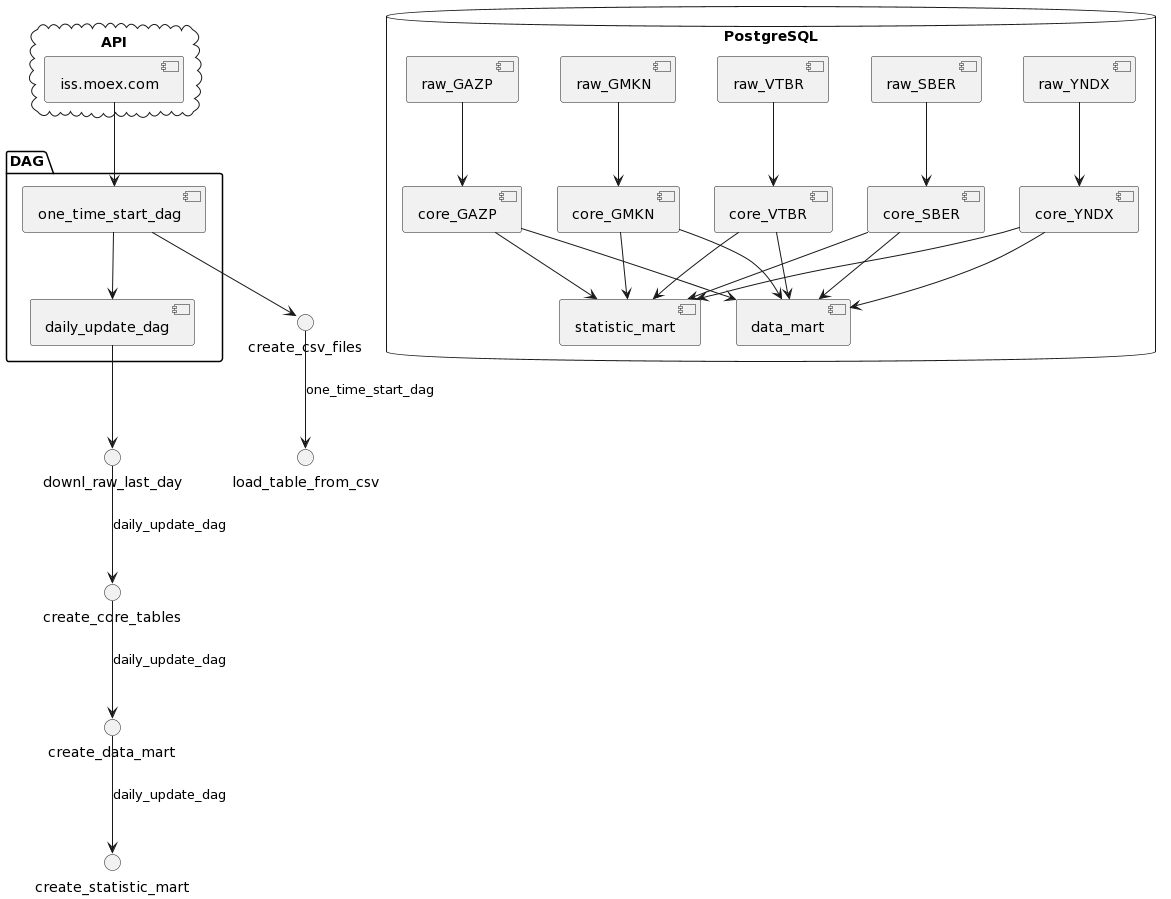
Earlier version of the PlantUML export Final_project/src/Pictures/plant_UML_big2.png (TashaGit/1T_Data_Engineer). Its diagram source:
```plantuml
@startuml
!define security <security>

package "DAG" {
    [one_time_start_dag]
    [daily_update_dag]
}

database "PostgreSQL" {
    [raw_GAZP]
    [raw_SBER]
    [raw_GMKN]
    [raw_VTBR]
    [raw_YNDX]
    [core_GAZP]
    [core_SBER]
    [core_GMKN]
    [core_VTBR]
    [core_YNDX]
    [data_mart]
    [statistic_mart]
}

cloud "API" {
    [iss.moex.com]
}

[one_time_start_dag] --> [daily_update_dag]
[raw_GAZP] --> [core_GAZP]
[raw_SBER] --> [core_SBER]
[raw_GMKN] --> [core_GMKN]
[raw_VTBR] --> [core_VTBR]
[raw_YNDX] --> [core_YNDX]
[core_GAZP] --> [data_mart]
[core_SBER] --> [data_mart]
[core_GMKN] --> [data_mart]
[core_VTBR] --> [data_mart]
[core_YNDX] --> [data_mart]
[core_GAZP] --> [statistic_mart]
[core_SBER] --> [statistic_mart]
[core_GMKN] --> [statistic_mart]
[core_VTBR] --> [statistic_mart]
[core_YNDX] --> [statistic_mart]
[iss.moex.com] --> [one_time_start_dag]

[one_time_start_dag] --> create_csv_files
create_csv_files --> load_table_from_csv : one_time_start_dag
[daily_update_dag] --> downl_raw_last_day
downl_raw_last_day --> create_core_tables : daily_update_dag
create_core_tables --> create_data_mart : daily_update_dag
create_data_mart --> create_statistic_mart : daily_update_dag
@enduml
```
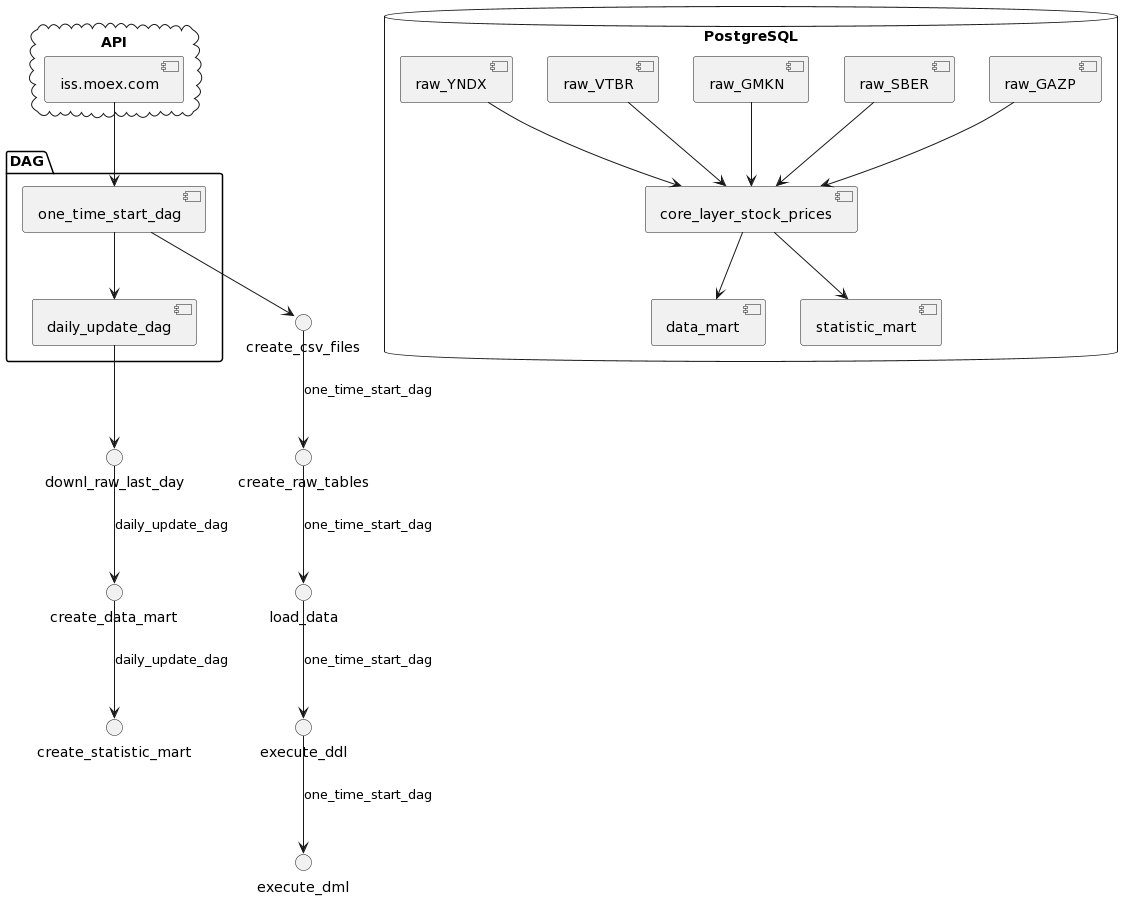
After the commit.

The edit, as a diff of the source:
```diff
@@ -12,11 +12,7 @@
     [raw_GMKN]
     [raw_VTBR]
     [raw_YNDX]
-    [core_GAZP]
-    [core_SBER]
-    [core_GMKN]
-    [core_VTBR]
-    [core_YNDX]
+    [core_layer_stock_prices]
     [data_mart]
     [statistic_mart]
 }
@@ -26,27 +22,23 @@
 }
 
 [one_time_start_dag] --> [daily_update_dag]
-[raw_GAZP] --> [core_GAZP]
-[raw_SBER] --> [core_SBER]
-[raw_GMKN] --> [core_GMKN]
-[raw_VTBR] --> [core_VTBR]
-[raw_YNDX] --> [core_YNDX]
-[core_GAZP] --> [data_mart]
-[core_SBER] --> [data_mart]
-[core_GMKN] --> [data_mart]
-[core_VTBR] --> [data_mart]
-[core_YNDX] --> [data_mart]
-[core_GAZP] --> [statistic_mart]
-[core_SBER] --> [statistic_mart]
-[core_GMKN] --> [statistic_mart]
-[core_VTBR] --> [statistic_mart]
-[core_YNDX] --> [statistic_mart]
+[raw_GAZP] --> [core_layer_stock_prices]
+[raw_SBER] --> [core_layer_stock_prices]
+[raw_GMKN] --> [core_layer_stock_prices]
+[raw_VTBR] --> [core_layer_stock_prices]
+[raw_YNDX] --> [core_layer_stock_prices]
+[core_layer_stock_prices] --> [data_mart]
+[core_layer_stock_prices] --> [statistic_mart]
+
 [iss.moex.com] --> [one_time_start_dag]
 
 [one_time_start_dag] --> create_csv_files
-create_csv_files --> load_table_from_csv : one_time_start_dag
+create_csv_files --> create_raw_tables : one_time_start_dag
+create_raw_tables --> load_data: one_time_start_dag
+load_data--> execute_ddl: one_time_start_dag
+execute_ddl--> execute_dml: one_time_start_dag
+
 [daily_update_dag] --> downl_raw_last_day
-downl_raw_last_day --> create_core_tables : daily_update_dag
-create_core_tables --> create_data_mart : daily_update_dag
+downl_raw_last_day --> create_data_mart : daily_update_dag
 create_data_mart --> create_statistic_mart : daily_update_dag
 @enduml
```
